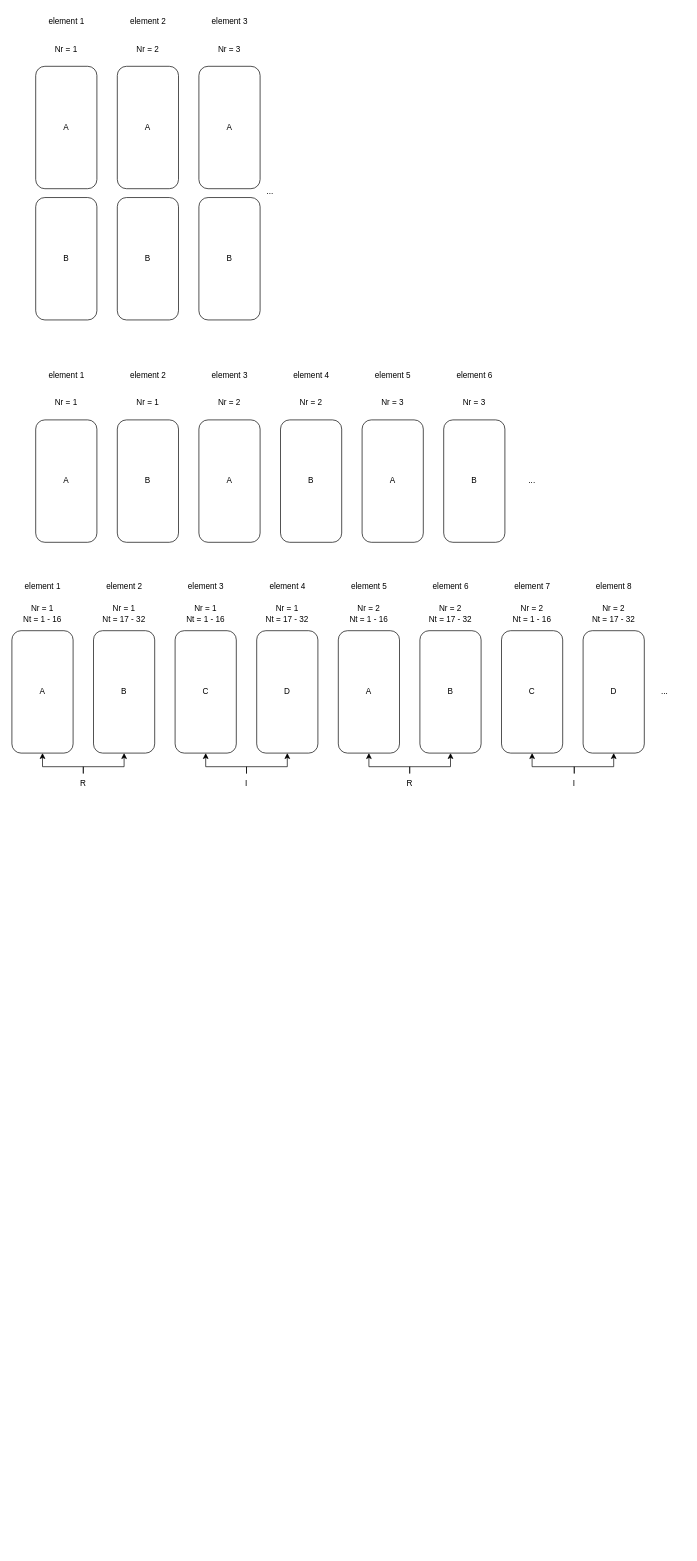
Before: SPR-CNN/未命名绘图.drawio in OuO333333/CNN4CE, a draw.io diagram. Source tidied: cells renumbered, new cells numbered last; positions are measured from the earlier drawing's top-left corner, leaving out a move shared by most shapes. Both pictures are drawn from the tidied source at 68%, with x=0, y=0 at pixel (12, 12).
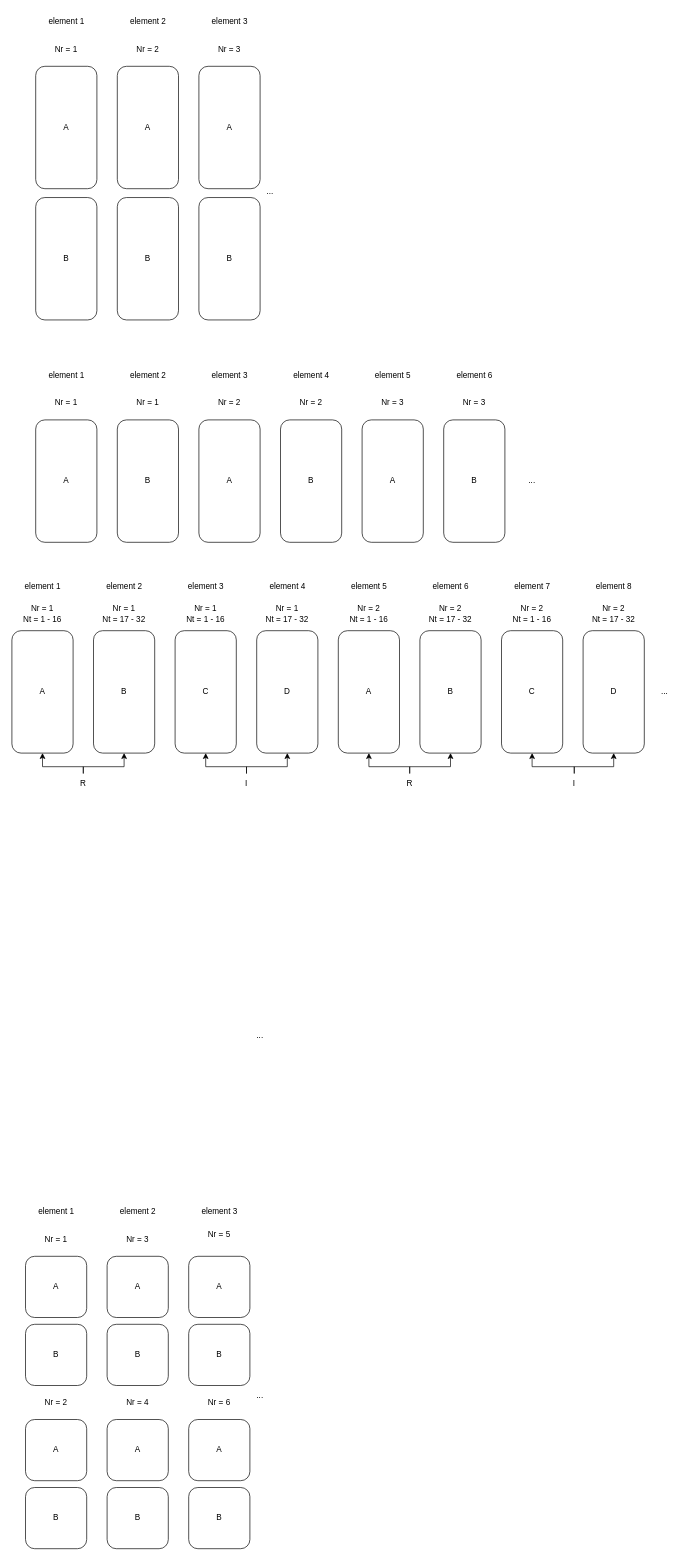
After the change.

Commit message:
Update 未命名绘图.drawio

The edit, as a diff of the source:
```diff
@@
+    <mxCell id="71" value="A" style="rounded=1;whiteSpace=wrap;html=1;" parent="1" vertex="1">
+      <mxGeometry x="20" y="1830" width="90" height="90" as="geometry" />
+    </mxCell>
+    <mxCell id="72" value="Nr = 1" style="text;html=1;strokeColor=none;fillColor=none;align=center;verticalAlign=middle;whiteSpace=wrap;rounded=0;" parent="1" vertex="1">
+      <mxGeometry x="35" y="1790" width="60" height="30" as="geometry" />
+    </mxCell>
+    <mxCell id="73" value="element 1" style="text;html=1;align=center;verticalAlign=middle;strokeColor=none;fillColor=none;" parent="1" vertex="1">
+      <mxGeometry x="25" y="1750" width="80" height="30" as="geometry" />
+    </mxCell>
+    <mxCell id="74" value="element 2" style="text;html=1;align=center;verticalAlign=middle;strokeColor=none;fillColor=none;" parent="1" vertex="1">
+      <mxGeometry x="145" y="1750" width="80" height="30" as="geometry" />
+    </mxCell>
+    <mxCell id="75" value="element 3" style="text;html=1;align=center;verticalAlign=middle;strokeColor=none;fillColor=none;" parent="1" vertex="1">
+      <mxGeometry x="265" y="1750" width="80" height="30" as="geometry" />
+    </mxCell>
+    <mxCell id="76" value="..." style="text;html=1;strokeColor=none;fillColor=none;align=center;verticalAlign=middle;whiteSpace=wrap;rounded=0;" parent="1" vertex="1">
+      <mxGeometry x="335" y="1490" width="60" height="30" as="geometry" />
+    </mxCell>
+    <mxCell id="77" style="edgeStyle=orthogonalEdgeStyle;rounded=0;orthogonalLoop=1;jettySize=auto;html=1;exitX=0.5;exitY=1;exitDx=0;exitDy=0;" parent="1" edge="1" source="71" target="71">
+      <mxGeometry relative="1" as="geometry" />
+    </mxCell>
+    <mxCell id="78" value="B" style="rounded=1;whiteSpace=wrap;html=1;" parent="1" vertex="1">
+      <mxGeometry x="20" y="1930" width="90" height="90" as="geometry" />
+    </mxCell>
+    <mxCell id="79" value="A" style="rounded=1;whiteSpace=wrap;html=1;" parent="1" vertex="1">
+      <mxGeometry x="20" y="2070" width="90" height="90" as="geometry" />
+    </mxCell>
+    <mxCell id="80" value="Nr = 2" style="text;html=1;strokeColor=none;fillColor=none;align=center;verticalAlign=middle;whiteSpace=wrap;rounded=0;" parent="1" vertex="1">
+      <mxGeometry x="35" y="2030" width="60" height="30" as="geometry" />
+    </mxCell>
+    <mxCell id="81" style="edgeStyle=orthogonalEdgeStyle;rounded=0;orthogonalLoop=1;jettySize=auto;html=1;exitX=0.5;exitY=1;exitDx=0;exitDy=0;" parent="1" edge="1" source="79" target="79">
+      <mxGeometry relative="1" as="geometry" />
+    </mxCell>
+    <mxCell id="82" value="B" style="rounded=1;whiteSpace=wrap;html=1;" parent="1" vertex="1">
+      <mxGeometry x="20" y="2170" width="90" height="90" as="geometry" />
+    </mxCell>
+    <mxCell id="83" value="A" style="rounded=1;whiteSpace=wrap;html=1;" parent="1" vertex="1">
+      <mxGeometry x="140" y="1830" width="90" height="90" as="geometry" />
+    </mxCell>
+    <mxCell id="84" value="Nr = 3" style="text;html=1;strokeColor=none;fillColor=none;align=center;verticalAlign=middle;whiteSpace=wrap;rounded=0;" parent="1" vertex="1">
+      <mxGeometry x="155" y="1790" width="60" height="30" as="geometry" />
+    </mxCell>
+    <mxCell id="85" style="edgeStyle=orthogonalEdgeStyle;rounded=0;orthogonalLoop=1;jettySize=auto;html=1;exitX=0.5;exitY=1;exitDx=0;exitDy=0;" parent="1" edge="1" source="83" target="83">
+      <mxGeometry relative="1" as="geometry" />
+    </mxCell>
+    <mxCell id="86" value="B" style="rounded=1;whiteSpace=wrap;html=1;" parent="1" vertex="1">
+      <mxGeometry x="140" y="1930" width="90" height="90" as="geometry" />
+    </mxCell>
+    <mxCell id="87" value="A" style="rounded=1;whiteSpace=wrap;html=1;" parent="1" vertex="1">
+      <mxGeometry x="140" y="2070" width="90" height="90" as="geometry" />
+    </mxCell>
+    <mxCell id="88" value="Nr = 4" style="text;html=1;strokeColor=none;fillColor=none;align=center;verticalAlign=middle;whiteSpace=wrap;rounded=0;" parent="1" vertex="1">
+      <mxGeometry x="155" y="2030" width="60" height="30" as="geometry" />
+    </mxCell>
+    <mxCell id="89" style="edgeStyle=orthogonalEdgeStyle;rounded=0;orthogonalLoop=1;jettySize=auto;html=1;exitX=0.5;exitY=1;exitDx=0;exitDy=0;" parent="1" edge="1" source="87" target="87">
+      <mxGeometry relative="1" as="geometry" />
+    </mxCell>
+    <mxCell id="90" value="B" style="rounded=1;whiteSpace=wrap;html=1;" parent="1" vertex="1">
+      <mxGeometry x="140" y="2170" width="90" height="90" as="geometry" />
+    </mxCell>
+    <mxCell id="91" value="A" style="rounded=1;whiteSpace=wrap;html=1;" parent="1" vertex="1">
+      <mxGeometry x="260" y="1830" width="90" height="90" as="geometry" />
+    </mxCell>
+    <mxCell id="92" value="Nr = 5&lt;div&gt;&lt;br&gt;&lt;/div&gt;" style="text;html=1;strokeColor=none;fillColor=none;align=center;verticalAlign=middle;whiteSpace=wrap;rounded=0;" parent="1" vertex="1">
+      <mxGeometry x="275" y="1790" width="60" height="30" as="geometry" />
+    </mxCell>
+    <mxCell id="93" style="edgeStyle=orthogonalEdgeStyle;rounded=0;orthogonalLoop=1;jettySize=auto;html=1;exitX=0.5;exitY=1;exitDx=0;exitDy=0;" parent="1" edge="1" source="91" target="91">
+      <mxGeometry relative="1" as="geometry" />
+    </mxCell>
+    <mxCell id="94" value="B" style="rounded=1;whiteSpace=wrap;html=1;" parent="1" vertex="1">
+      <mxGeometry x="260" y="1930" width="90" height="90" as="geometry" />
+    </mxCell>
+    <mxCell id="95" value="A" style="rounded=1;whiteSpace=wrap;html=1;" parent="1" vertex="1">
+      <mxGeometry x="260" y="2070" width="90" height="90" as="geometry" />
+    </mxCell>
+    <mxCell id="96" value="Nr = 6" style="text;html=1;strokeColor=none;fillColor=none;align=center;verticalAlign=middle;whiteSpace=wrap;rounded=0;" parent="1" vertex="1">
+      <mxGeometry x="275" y="2030" width="60" height="30" as="geometry" />
+    </mxCell>
+    <mxCell id="97" style="edgeStyle=orthogonalEdgeStyle;rounded=0;orthogonalLoop=1;jettySize=auto;html=1;exitX=0.5;exitY=1;exitDx=0;exitDy=0;" parent="1" edge="1" source="95" target="95">
+      <mxGeometry relative="1" as="geometry" />
+    </mxCell>
+    <mxCell id="98" value="B" style="rounded=1;whiteSpace=wrap;html=1;" parent="1" vertex="1">
+      <mxGeometry x="260" y="2170" width="90" height="90" as="geometry" />
+    </mxCell>
+    <mxCell id="99" value="..." style="text;html=1;strokeColor=none;fillColor=none;align=center;verticalAlign=middle;whiteSpace=wrap;rounded=0;" parent="1" vertex="1">
+      <mxGeometry x="335" y="2020" width="60" height="30" as="geometry" />
+    </mxCell>
```
